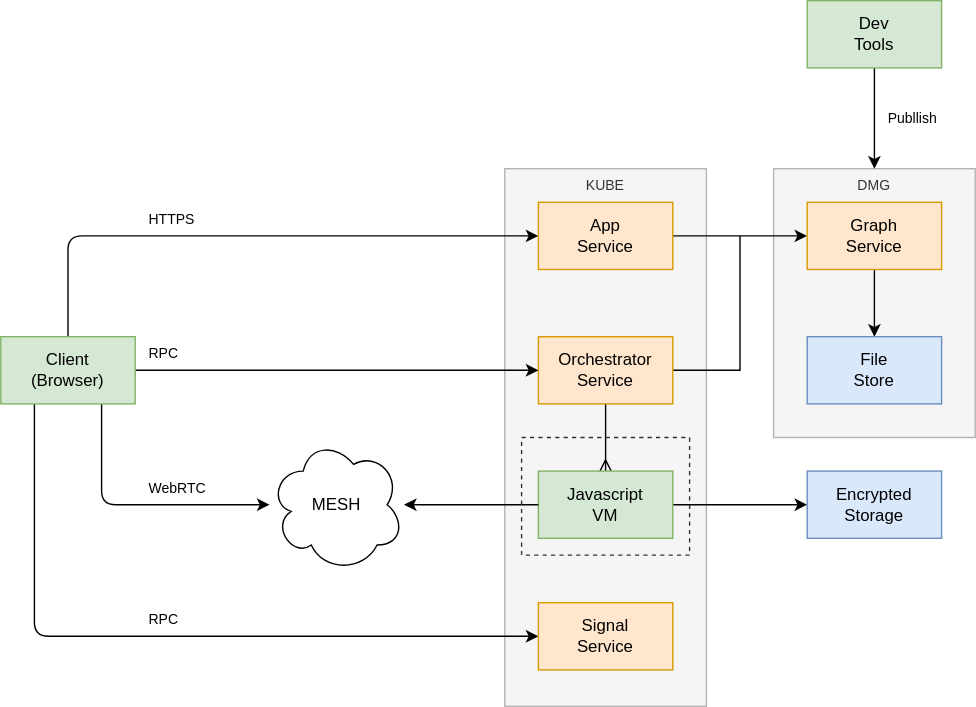
dxos/dxos keeps this draw.io diagram as docs/design/diagrams/echo-relay.drawio.svg. Above is the earlier version. Source tidied: cells renumbered, new cells last; positions are measured from the earlier drawing's top-left corner, leaving out a move shared by most shapes.
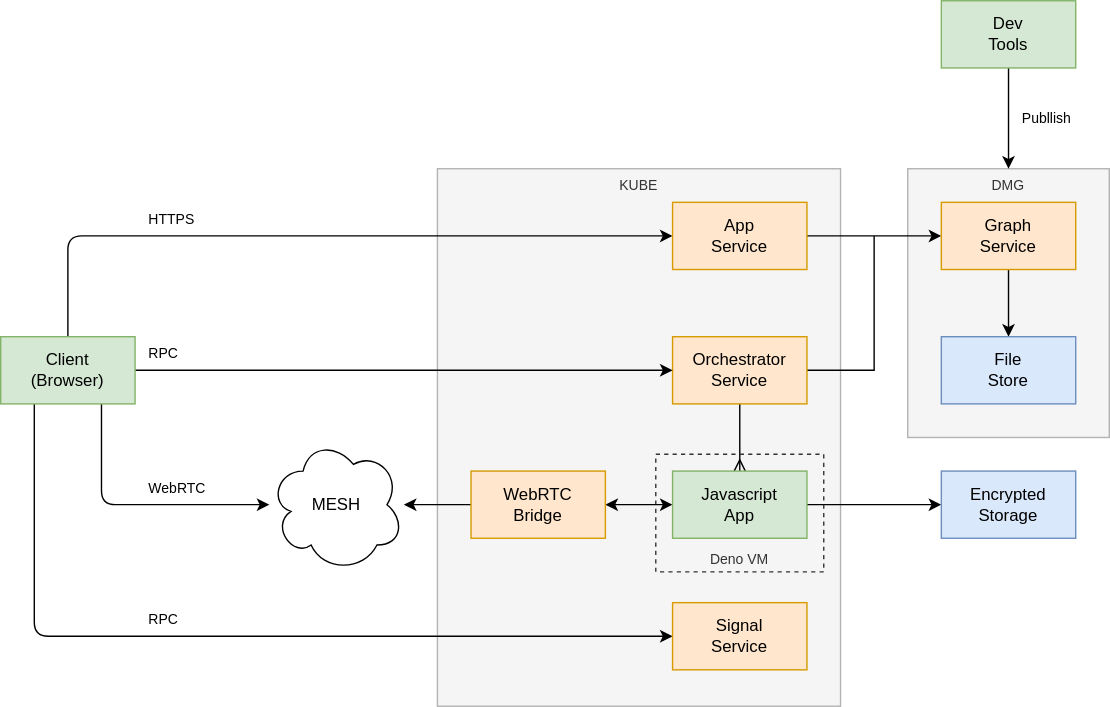
After the commit.

The edit, as a diff of the source:
```diff
@@ -3,7 +3,7 @@
     <mxCell id="0" />
     <mxCell id="1" parent="0" />
     <mxCell id="2" value="KUBE" style="rounded=0;whiteSpace=wrap;html=1;verticalAlign=top;fillColor=#f5f5f5;fontColor=#333333;strokeColor=#B3B3B3;fontSize=10;perimeterSpacing=0;" parent="1" vertex="1">
-      <mxGeometry x="360" y="120" width="144" height="384" as="geometry" />
+      <mxGeometry x="216" y="120" width="288" height="384" as="geometry" />
     </mxCell>
     <mxCell id="3" value="DMG" style="rounded=0;whiteSpace=wrap;html=1;verticalAlign=top;fillColor=#f5f5f5;fontColor=#333333;strokeColor=#B3B3B3;fontSize=10;" parent="1" vertex="1">
       <mxGeometry x="552" y="120" width="144" height="192" as="geometry" />
@@ -23,42 +23,39 @@
       <mxGeometry x="384" y="240" width="96" height="48" as="geometry" />
     </mxCell>
     <mxCell id="7" value="MESH" style="ellipse;shape=cloud;whiteSpace=wrap;html=1;" parent="1" vertex="1">
-      <mxGeometry x="192" y="312" width="96" height="96" as="geometry" />
+      <mxGeometry x="96" y="312" width="96" height="96" as="geometry" />
     </mxCell>
-    <mxCell id="8" style="edgeStyle=none;html=1;exitX=1;exitY=0.5;exitDx=0;exitDy=0;" parent="1" edge="1" source="12" target="6">
+    <mxCell id="8" style="edgeStyle=none;html=1;exitX=1;exitY=0.5;exitDx=0;exitDy=0;entryX=0;entryY=0.5;entryDx=0;entryDy=0;" parent="1" edge="1" source="12" target="6">
       <mxGeometry relative="1" as="geometry" />
     </mxCell>
     <mxCell id="9" style="edgeStyle=none;html=1;exitX=0.75;exitY=1;exitDx=0;exitDy=0;" parent="1" edge="1" source="12" target="7">
       <mxGeometry relative="1" as="geometry">
         <Array as="points">
-          <mxPoint x="72" y="360" />
-          <mxPoint x="96" y="360" />
+          <mxPoint x="-24" y="360" />
+          <mxPoint y="360" />
         </Array>
       </mxGeometry>
     </mxCell>
     <mxCell id="10" style="edgeStyle=none;html=1;exitX=0.5;exitY=0;exitDx=0;exitDy=0;entryX=0;entryY=0.5;entryDx=0;entryDy=0;fontSize=10;" parent="1" edge="1" source="12" target="18">
       <mxGeometry relative="1" as="geometry">
         <Array as="points">
-          <mxPoint x="48" y="168" />
+          <mxPoint x="-48" y="168" />
         </Array>
       </mxGeometry>
     </mxCell>
     <mxCell id="11" style="edgeStyle=none;rounded=1;html=1;exitX=0.25;exitY=1;exitDx=0;exitDy=0;entryX=0;entryY=0.5;entryDx=0;entryDy=0;fontSize=10;endArrow=classic;endFill=1;" parent="1" edge="1" source="12" target="28">
       <mxGeometry relative="1" as="geometry">
         <Array as="points">
-          <mxPoint x="24" y="454" />
+          <mxPoint x="-72" y="454" />
         </Array>
       </mxGeometry>
     </mxCell>
     <mxCell id="12" value="Client&lt;br&gt;(Browser)" style="rounded=0;whiteSpace=wrap;html=1;fillColor=#d5e8d4;strokeColor=#82b366;" parent="1" vertex="1">
-      <mxGeometry y="240" width="96" height="48" as="geometry" />
+      <mxGeometry x="-96" y="240" width="96" height="48" as="geometry" />
     </mxCell>
     <mxCell id="13" style="edgeStyle=none;html=1;exitX=1;exitY=0.5;exitDx=0;exitDy=0;fontSize=10;" parent="1" edge="1" source="14" target="26">
       <mxGeometry relative="1" as="geometry" />
     </mxCell>
-    <mxCell id="14" value="Javascript&lt;br&gt;VM" style="rounded=0;whiteSpace=wrap;html=1;fillColor=#d5e8d4;strokeColor=#82b366;" parent="1" vertex="1">
-      <mxGeometry x="384" y="336" width="96" height="48" as="geometry" />
-    </mxCell>
     <mxCell id="15" style="edgeStyle=none;html=1;exitX=0.5;exitY=1;exitDx=0;exitDy=0;" parent="1" edge="1" source="23" target="16">
       <mxGeometry relative="1" as="geometry" />
     </mxCell>
@@ -71,17 +68,19 @@
     <mxCell id="18" value="App&lt;br&gt;Service" style="rounded=0;whiteSpace=wrap;html=1;fillColor=#ffe6cc;strokeColor=#d79b00;" parent="1" vertex="1">
       <mxGeometry x="384" y="144" width="96" height="48" as="geometry" />
     </mxCell>
-    <mxCell id="19" style="edgeStyle=none;html=1;exitX=0;exitY=0.5;exitDx=0;exitDy=0;" parent="1" edge="1" source="14" target="7">
-      <mxGeometry relative="1" as="geometry" />
+    <mxCell id="19" style="edgeStyle=none;html=1;exitX=0;exitY=0.5;exitDx=0;exitDy=0;" parent="1" edge="1" target="7">
+      <mxGeometry relative="1" as="geometry">
+        <mxPoint x="288" y="360" as="sourcePoint" />
+      </mxGeometry>
     </mxCell>
     <mxCell id="20" value="WebRTC" style="rounded=0;whiteSpace=wrap;html=1;fillColor=none;strokeColor=none;align=left;fontSize=10;spacingLeft=8;" parent="1" vertex="1">
-      <mxGeometry x="96" y="336" width="72" height="24" as="geometry" />
+      <mxGeometry y="336" width="72" height="24" as="geometry" />
     </mxCell>
     <mxCell id="21" value="HTTPS" style="rounded=0;whiteSpace=wrap;html=1;fillColor=none;strokeColor=none;align=left;fontSize=10;spacingLeft=8;" parent="1" vertex="1">
-      <mxGeometry x="96" y="144" width="72" height="24" as="geometry" />
+      <mxGeometry y="144" width="72" height="24" as="geometry" />
     </mxCell>
     <mxCell id="22" value="RPC" style="rounded=0;whiteSpace=wrap;html=1;fillColor=none;strokeColor=none;align=left;fontSize=10;spacingLeft=8;" parent="1" vertex="1">
-      <mxGeometry x="96" y="240" width="72" height="24" as="geometry" />
+      <mxGeometry y="240" width="72" height="24" as="geometry" />
     </mxCell>
     <mxCell id="23" value="Graph&lt;br&gt;Service" style="rounded=0;whiteSpace=wrap;html=1;fillColor=#ffe6cc;strokeColor=#d79b00;" parent="1" vertex="1">
       <mxGeometry x="576" y="144" width="96" height="48" as="geometry" />
@@ -102,10 +101,19 @@
       <mxGeometry x="384" y="430" width="96" height="48" as="geometry" />
     </mxCell>
     <mxCell id="29" value="RPC" style="rounded=0;whiteSpace=wrap;html=1;fillColor=none;strokeColor=none;align=left;fontSize=10;spacingLeft=8;" parent="1" vertex="1">
-      <mxGeometry x="96" y="430" width="72" height="24" as="geometry" />
+      <mxGeometry y="430" width="72" height="24" as="geometry" />
     </mxCell>
-    <mxCell id="30" style="rounded=0;whiteSpace=wrap;html=1;verticalAlign=top;fillColor=none;fontColor=#333333;strokeColor=#333333;fontSize=10;perimeterSpacing=0;dashed=1;" parent="1" vertex="1">
-      <mxGeometry x="372" y="312" width="120" height="84" as="geometry" />
+    <mxCell id="30" value="Deno VM" style="rounded=0;whiteSpace=wrap;html=1;verticalAlign=bottom;fillColor=none;fontColor=#333333;strokeColor=#333333;fontSize=10;perimeterSpacing=0;dashed=1;" parent="1" vertex="1">
+      <mxGeometry x="372" y="324" width="120" height="84" as="geometry" />
     </mxCell>
+    <mxCell id="31" style="edgeStyle=none;html=1;exitX=1;exitY=0.5;exitDx=0;exitDy=0;startArrow=classic;startFill=1;" parent="1" edge="1" source="32" target="14">
+      <mxGeometry relative="1" as="geometry" />
+    </mxCell>
+    <mxCell id="32" value="WebRTC&lt;br&gt;Bridge" style="rounded=0;whiteSpace=wrap;html=1;fillColor=#ffe6cc;strokeColor=#d79b00;" parent="1" vertex="1">
+      <mxGeometry x="240" y="336" width="96" height="48" as="geometry" />
+    </mxCell>
+    <mxCell id="14" value="Javascript&lt;br&gt;App" style="rounded=0;whiteSpace=wrap;html=1;fillColor=#d5e8d4;strokeColor=#82b366;" parent="1" vertex="1">
+      <mxGeometry x="384" y="336" width="96" height="48" as="geometry" />
+    </mxCell>
   </root>
 </mxGraphModel>
```
